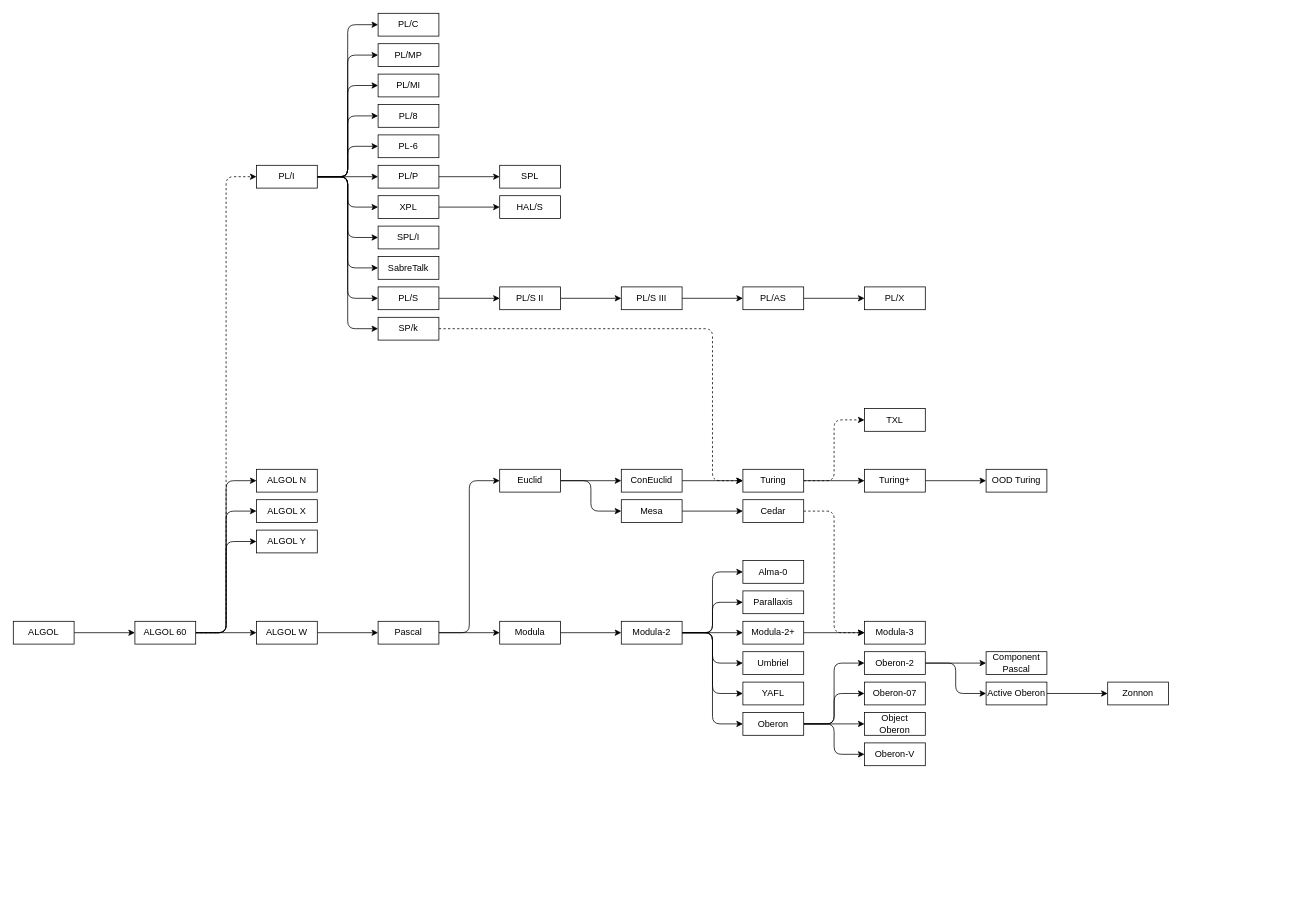
This is pltree.drawio from lexitoria/pltree, a draw.io file, before an edit. Source tidied: cells renumbered, new cells numbered last; positions are measured from the earlier drawing's top-left corner, leaving out a move shared by most shapes. Both pictures are drawn from the tidied source at 76%, with x=0, y=0 at pixel (13, 13).
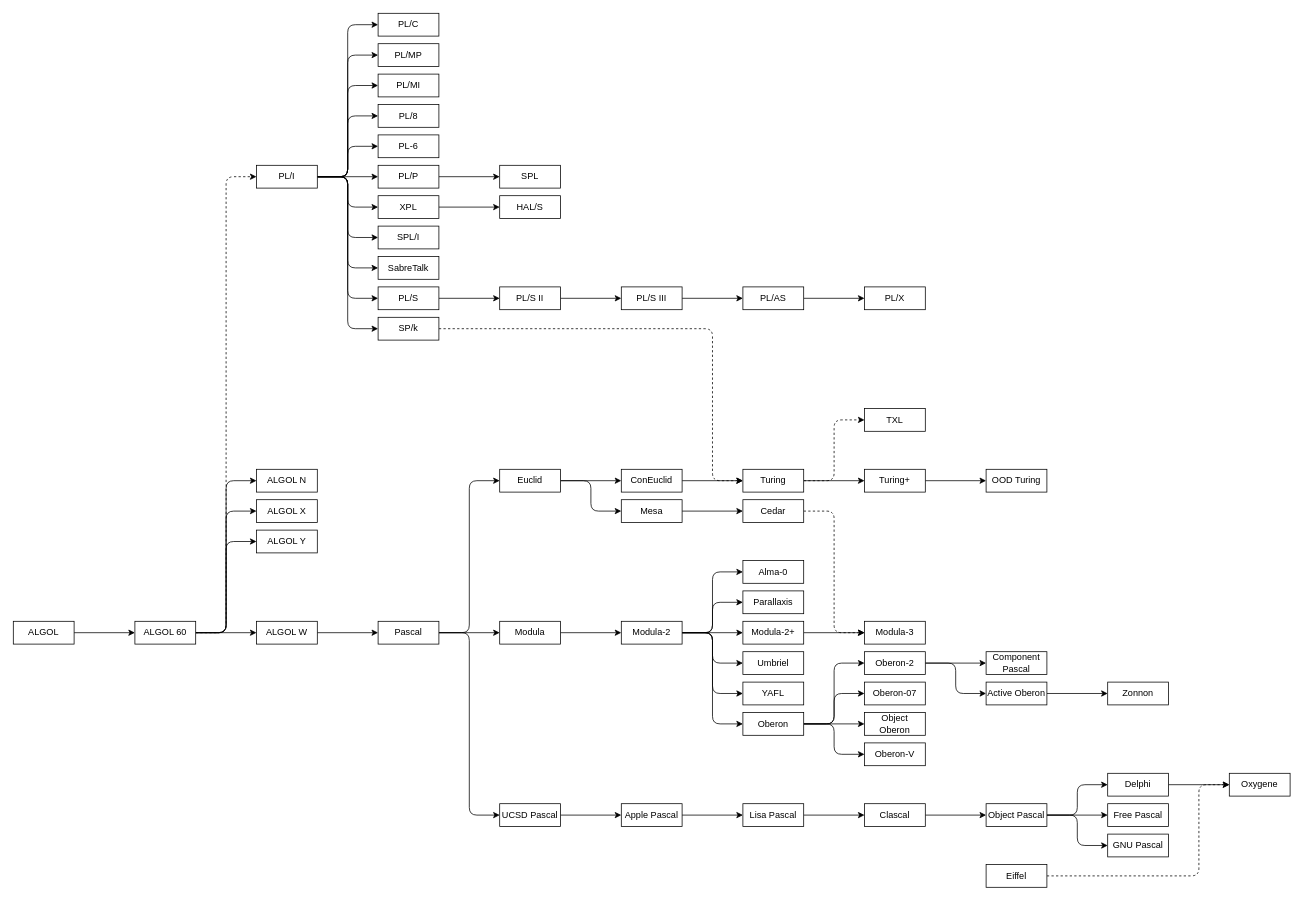
The same page after the edit.

Commit message:
Add Pascal tree

The change refers to these unchanged cells:
```xml
<mxCell id="17" value="Pascal" style="rounded=0;whiteSpace=wrap;html=1;" parent="1" vertex="1">
  <mxGeometry x="480" y="800" width="80" height="30" as="geometry" />
</mxCell>
```

Change to the diagram source:
```diff
@@
+    <mxCell id="101" style="edgeStyle=orthogonalEdgeStyle;jettySize=auto;html=1;exitX=1;exitY=0.5;exitDx=0;exitDy=0;entryX=0;entryY=0.5;entryDx=0;entryDy=0;fontFamily=Helvetica;fontSize=12;fontColor=default;" parent="1" edge="1" source="17" target="103">
+      <mxGeometry relative="1" as="geometry" />
+    </mxCell>
@@
+    <mxCell id="102" style="edgeStyle=orthogonalEdgeStyle;jettySize=auto;html=1;exitX=1;exitY=0.5;exitDx=0;exitDy=0;entryX=0;entryY=0.5;entryDx=0;entryDy=0;fontFamily=Helvetica;fontSize=12;fontColor=default;" parent="1" edge="1" source="103" target="105">
+      <mxGeometry relative="1" as="geometry" />
+    </mxCell>
+    <mxCell id="103" value="UCSD Pascal" style="rounded=0;whiteSpace=wrap;html=1;" parent="1" vertex="1">
+      <mxGeometry x="640" y="1040" width="80" height="30" as="geometry" />
+    </mxCell>
+    <mxCell id="104" style="edgeStyle=orthogonalEdgeStyle;jettySize=auto;html=1;exitX=1;exitY=0.5;exitDx=0;exitDy=0;entryX=0;entryY=0.5;entryDx=0;entryDy=0;fontFamily=Helvetica;fontSize=12;fontColor=default;" parent="1" edge="1" source="105" target="107">
+      <mxGeometry relative="1" as="geometry" />
+    </mxCell>
+    <mxCell id="105" value="Apple Pascal" style="rounded=0;whiteSpace=wrap;html=1;" parent="1" vertex="1">
+      <mxGeometry x="800" y="1040" width="80" height="30" as="geometry" />
+    </mxCell>
+    <mxCell id="106" style="edgeStyle=orthogonalEdgeStyle;jettySize=auto;html=1;exitX=1;exitY=0.5;exitDx=0;exitDy=0;entryX=0;entryY=0.5;entryDx=0;entryDy=0;fontFamily=Helvetica;fontSize=12;fontColor=default;" parent="1" edge="1" source="107" target="109">
+      <mxGeometry relative="1" as="geometry" />
+    </mxCell>
+    <mxCell id="107" value="Lisa Pascal" style="rounded=0;whiteSpace=wrap;html=1;" parent="1" vertex="1">
+      <mxGeometry x="960" y="1040" width="80" height="30" as="geometry" />
+    </mxCell>
+    <mxCell id="108" style="edgeStyle=orthogonalEdgeStyle;jettySize=auto;html=1;exitX=1;exitY=0.5;exitDx=0;exitDy=0;entryX=0;entryY=0.5;entryDx=0;entryDy=0;fontFamily=Helvetica;fontSize=12;fontColor=default;" parent="1" edge="1" source="109" target="113">
+      <mxGeometry relative="1" as="geometry" />
+    </mxCell>
+    <mxCell id="109" value="Clascal" style="rounded=0;whiteSpace=wrap;html=1;" parent="1" vertex="1">
+      <mxGeometry x="1120" y="1040" width="80" height="30" as="geometry" />
+    </mxCell>
+    <mxCell id="110" style="edgeStyle=orthogonalEdgeStyle;jettySize=auto;html=1;exitX=1;exitY=0.5;exitDx=0;exitDy=0;entryX=0;entryY=0.5;entryDx=0;entryDy=0;fontFamily=Helvetica;fontSize=12;fontColor=default;" parent="1" edge="1" source="113" target="115">
+      <mxGeometry relative="1" as="geometry" />
+    </mxCell>
+    <mxCell id="111" style="edgeStyle=orthogonalEdgeStyle;jettySize=auto;html=1;exitX=1;exitY=0.5;exitDx=0;exitDy=0;entryX=0;entryY=0.5;entryDx=0;entryDy=0;fontFamily=Helvetica;fontSize=12;fontColor=default;" parent="1" edge="1" source="113" target="116">
+      <mxGeometry relative="1" as="geometry" />
+    </mxCell>
+    <mxCell id="112" style="edgeStyle=orthogonalEdgeStyle;jettySize=auto;html=1;exitX=1;exitY=0.5;exitDx=0;exitDy=0;entryX=0;entryY=0.5;entryDx=0;entryDy=0;fontFamily=Helvetica;fontSize=12;fontColor=default;" parent="1" edge="1" source="113" target="117">
+      <mxGeometry relative="1" as="geometry" />
+    </mxCell>
+    <mxCell id="113" value="Object Pascal" style="rounded=0;whiteSpace=wrap;html=1;" parent="1" vertex="1">
+      <mxGeometry x="1280" y="1040" width="80" height="30" as="geometry" />
+    </mxCell>
+    <mxCell id="114" style="edgeStyle=orthogonalEdgeStyle;jettySize=auto;html=1;exitX=1;exitY=0.5;exitDx=0;exitDy=0;fontFamily=Helvetica;fontSize=12;fontColor=default;" parent="1" edge="1" source="115" target="118">
+      <mxGeometry relative="1" as="geometry" />
+    </mxCell>
+    <mxCell id="115" value="Delphi" style="rounded=0;whiteSpace=wrap;html=1;" parent="1" vertex="1">
+      <mxGeometry x="1440" y="1000" width="80" height="30" as="geometry" />
+    </mxCell>
+    <mxCell id="116" value="Free Pascal" style="rounded=0;whiteSpace=wrap;html=1;" parent="1" vertex="1">
+      <mxGeometry x="1440" y="1040" width="80" height="30" as="geometry" />
+    </mxCell>
+    <mxCell id="117" value="GNU Pascal" style="rounded=0;whiteSpace=wrap;html=1;" parent="1" vertex="1">
+      <mxGeometry x="1440" y="1080" width="80" height="30" as="geometry" />
+    </mxCell>
+    <mxCell id="118" value="Oxygene" style="rounded=0;whiteSpace=wrap;html=1;" parent="1" vertex="1">
+      <mxGeometry x="1600" y="1000" width="80" height="30" as="geometry" />
+    </mxCell>
+    <mxCell id="119" style="edgeStyle=orthogonalEdgeStyle;jettySize=auto;html=1;exitX=1;exitY=0.5;exitDx=0;exitDy=0;entryX=0;entryY=0.5;entryDx=0;entryDy=0;fontFamily=Helvetica;fontSize=12;fontColor=default;dashed=1;" parent="1" edge="1" source="120" target="118">
+      <mxGeometry relative="1" as="geometry">
+        <Array as="points">
+          <mxPoint x="1560" y="1135" />
+          <mxPoint x="1560" y="1015" />
+        </Array>
+      </mxGeometry>
+    </mxCell>
+    <mxCell id="120" value="Eiffel" style="rounded=0;whiteSpace=wrap;html=1;" parent="1" vertex="1">
+      <mxGeometry x="1280" y="1120" width="80" height="30" as="geometry" />
+    </mxCell>
```
